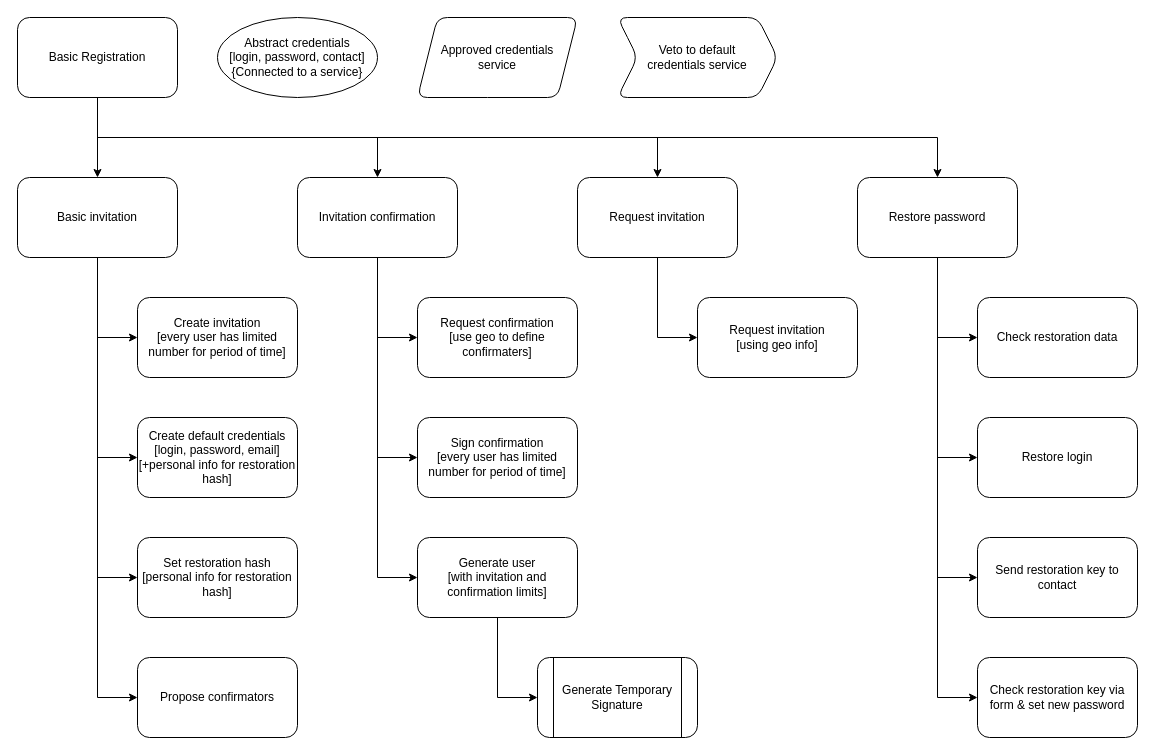
Above: page "Basic registration" (2 of 4) of architecture/crdesign.drawio in markvandal/ds.info (draw.io), before the change. Source tidied: cells renumbered, new cells numbered last; positions are measured from the earlier drawing's top-left corner, leaving out a move shared by most shapes. Both pictures are drawn from the tidied source at 100%, with x=0, y=0 at pixel (17, 17).
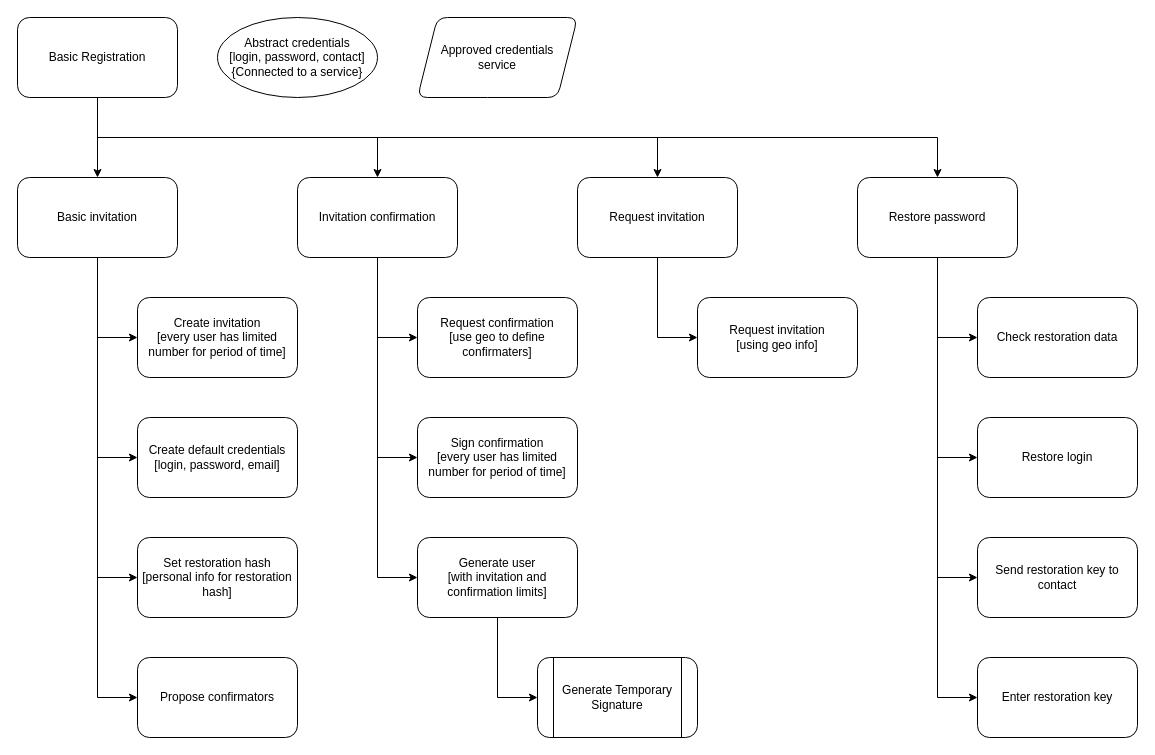
After the change.

Diff of the diagram source:
```diff
@@
-    <mxCell id="29" value="Create default credentials&lt;br&gt;[login, password, email]&lt;br&gt;[+personal info for restoration hash]" style="rounded=1;whiteSpace=wrap;html=1;" parent="1" vertex="1">
+    <mxCell id="29" value="Create default credentials&lt;br&gt;[login, password, email]" style="rounded=1;whiteSpace=wrap;html=1;" parent="1" vertex="1">
       <mxGeometry x="120" y="400" width="160" height="80" as="geometry" />
     </mxCell>
@@
-    <mxCell id="32" value="Check restoration key via form &amp;amp; set new password" style="rounded=1;whiteSpace=wrap;html=1;" parent="1" vertex="1">
+    <mxCell id="32" value="Enter restoration key" style="rounded=1;whiteSpace=wrap;html=1;" parent="1" vertex="1">
       <mxGeometry x="960" y="640" width="160" height="80" as="geometry" />
     </mxCell>
@@
-    <mxCell id="37" value="Veto to default &lt;br&gt;credentials service" style="shape=step;perimeter=stepPerimeter;whiteSpace=wrap;html=1;fixedSize=1;rounded=1;" parent="1" vertex="1">
-      <mxGeometry x="600" width="160" height="80" as="geometry" />
-    </mxCell>
```
